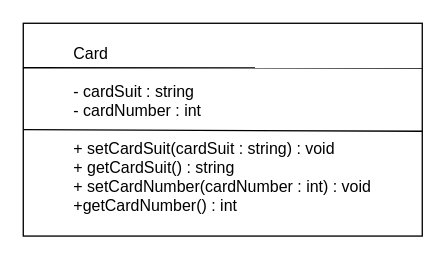
Earlier version of the draw.io diagram FinalFlowchart.drawio (hmfranc/ubiquitous-octo-palm-tree). Source tidied: cells renumbered, new cells numbered last; positions are measured from the earlier drawing's top-left corner, leaving out a move shared by most shapes. Both pictures are drawn from the tidied source at 133%, with x=0, y=0 at pixel (23, 23).
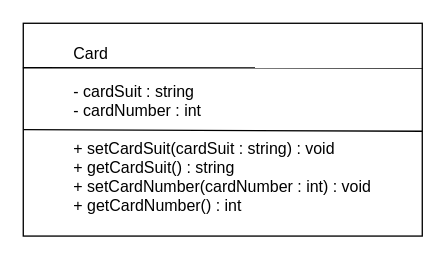
The same page after the edit.

Diff of the diagram source:
```diff
@@
 <mxGraphModel>
   <root>
     <mxCell id="0" />
     <mxCell id="1" parent="0" />
-    <mxCell id="2" value="&lt;div style=&quot;text-align: left&quot;&gt;&lt;span&gt;Card&lt;br&gt;&lt;br&gt;&lt;/span&gt;&lt;/div&gt;&lt;div style=&quot;text-align: left&quot;&gt;&lt;span&gt;- cardSuit : string&lt;/span&gt;&lt;/div&gt;&lt;div style=&quot;text-align: left&quot;&gt;&lt;span&gt;- cardNumber : int&lt;/span&gt;&lt;/div&gt;&lt;div style=&quot;text-align: left&quot;&gt;&lt;br&gt;&lt;/div&gt;&lt;div style=&quot;text-align: left&quot;&gt;&lt;span&gt;+ setCardSuit(cardSuit : string) : void&lt;/span&gt;&lt;/div&gt;&lt;div style=&quot;text-align: left&quot;&gt;&lt;span&gt;+ getCardSuit() : string&lt;/span&gt;&lt;/div&gt;&lt;div style=&quot;text-align: left&quot;&gt;&lt;span&gt;+ setCardNumber(cardNumber : int) : void&lt;/span&gt;&lt;/div&gt;&lt;div style=&quot;text-align: left&quot;&gt;&lt;span&gt;+getCardNumber() : int&lt;/span&gt;&lt;/div&gt;" style="rounded=0;whiteSpace=wrap;html=1;" parent="1" vertex="1">
+    <mxCell id="2" value="&lt;div style=&quot;text-align: left&quot;&gt;&lt;span&gt;Card&lt;br&gt;&lt;br&gt;&lt;/span&gt;&lt;/div&gt;&lt;div style=&quot;text-align: left&quot;&gt;&lt;span&gt;- cardSuit : string&lt;/span&gt;&lt;/div&gt;&lt;div style=&quot;text-align: left&quot;&gt;&lt;span&gt;- cardNumber : int&lt;/span&gt;&lt;/div&gt;&lt;div style=&quot;text-align: left&quot;&gt;&lt;br&gt;&lt;/div&gt;&lt;div style=&quot;text-align: left&quot;&gt;&lt;span&gt;+ setCardSuit(cardSuit : string) : void&lt;/span&gt;&lt;/div&gt;&lt;div style=&quot;text-align: left&quot;&gt;&lt;span&gt;+ getCardSuit() : string&lt;/span&gt;&lt;/div&gt;&lt;div style=&quot;text-align: left&quot;&gt;&lt;span&gt;+ setCardNumber(cardNumber : int) : void&lt;/span&gt;&lt;/div&gt;&lt;div style=&quot;text-align: left&quot;&gt;&lt;span&gt;+ getCardNumber() : int&lt;/span&gt;&lt;/div&gt;" style="rounded=0;whiteSpace=wrap;html=1;" parent="1" vertex="1">
       <mxGeometry width="300" height="160" as="geometry" />
     </mxCell>
     <mxCell id="3" style="endArrow=none;html=1;exitX=-0.001;exitY=0.209;exitDx=0;exitDy=0;exitPerimeter=0;entryX=1.001;entryY=0.21;entryDx=0;entryDy=0;entryPerimeter=0;" parent="1" edge="1" source="2" target="2">
       <mxGeometry relative="1" as="geometry" />
     </mxCell>
     <mxCell id="4" style="endArrow=none;html=1;exitX=0;exitY=0.195;exitDx=0;exitDy=0;exitPerimeter=0;entryX=0.999;entryY=0.191;entryDx=0;entryDy=0;entryPerimeter=0;" parent="1" edge="1">
       <mxGeometry relative="1" as="geometry">
         <mxPoint x="0.3" y="80" as="sourcePoint" />
         <mxPoint x="300" y="81.2" as="targetPoint" />
       </mxGeometry>
     </mxCell>
   </root>
 </mxGraphModel>
```
